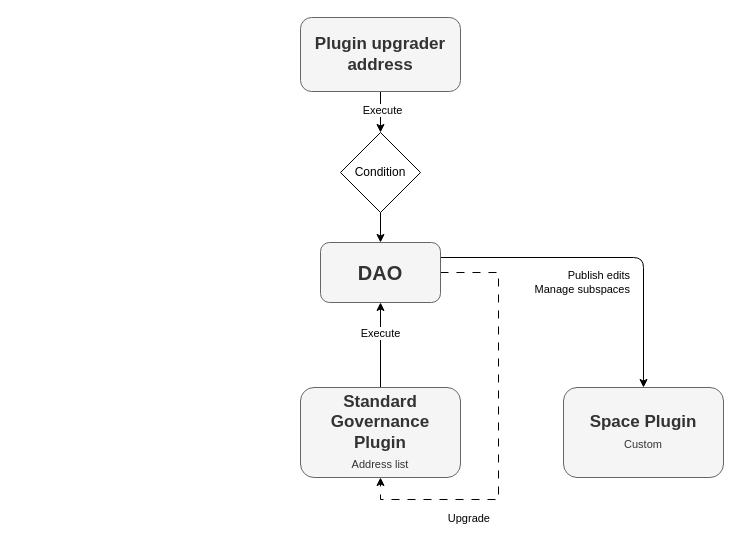
Before: page "Permissions Personal" (5 of 9) of img/Geo Diagrams.drawio in aragon/geo-browser-contracts, a draw.io diagram. Source tidied: cells renumbered, new cells numbered last; positions are measured from the earlier drawing's top-left corner, leaving out a move shared by most shapes. Both pictures are drawn from the tidied source at 100%, with x=0, y=0 at pixel (300, 17).
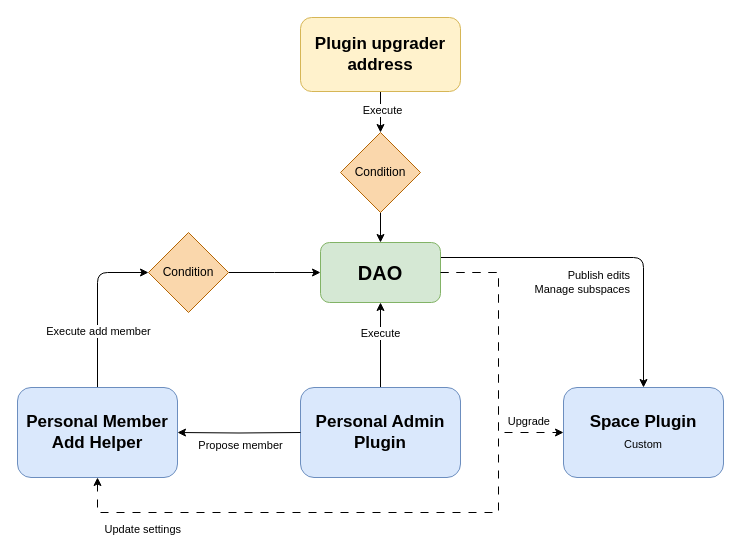
After the change.

Unchanged cells that the change refers to:
```xml
<mxCell id="6" style="edgeStyle=orthogonalEdgeStyle;rounded=0;jettySize=auto;html=1;exitX=0.5;exitY=0;exitDx=0;exitDy=0;entryX=0.5;entryY=1;entryDx=0;entryDy=0;" parent="1" edge="1" source="9" target="5">
  <mxGeometry relative="1" as="geometry" />
</mxCell>
```

The edit, as a diff of the source:
```diff
@@
-    <mxCell id="2" style="edgeStyle=orthogonalEdgeStyle;rounded=0;jettySize=auto;html=1;entryX=0.5;entryY=1;entryDx=0;entryDy=0;dashed=1;dashPattern=8 8;" parent="1" edge="1" source="5" target="9">
+    <mxCell id="2" style="edgeStyle=orthogonalEdgeStyle;rounded=0;jettySize=auto;html=1;entryX=0;entryY=0.5;entryDx=0;entryDy=0;dashed=1;dashPattern=8 8;" parent="1" edge="1" source="5" target="10">
       <mxGeometry relative="1" as="geometry">
         <Array as="points">
           <mxPoint x="198" y="255" />
-          <mxPoint x="198" y="482" />
-          <mxPoint x="80" y="482" />
+          <mxPoint x="198" y="415" />
         </Array>
       </mxGeometry>
     </mxCell>
@@
-    <mxCell id="5" value="&lt;font style=&quot;font-size: 20px;&quot;&gt;&lt;b&gt;DAO&lt;/b&gt;&lt;/font&gt;" style="rounded=1;whiteSpace=wrap;html=1;fillColor=#f5f5f5;fontColor=#333333;strokeColor=#666666;" parent="1" vertex="1">
+    <mxCell id="5" value="&lt;font style=&quot;font-size: 20px;&quot;&gt;&lt;b&gt;DAO&lt;/b&gt;&lt;/font&gt;" style="rounded=1;whiteSpace=wrap;html=1;fillColor=#d5e8d4;strokeColor=#82b366;" parent="1" vertex="1">
       <mxGeometry x="20" y="225" width="120" height="60" as="geometry" />
     </mxCell>
@@
     <mxCell id="8" value="Upgrade" style="edgeLabel;html=1;align=right;verticalAlign=middle;" parent="6" vertex="1">
       <mxGeometry x="-0.26" y="-1" relative="1" as="geometry">
-        <mxPoint x="109" y="161" as="offset" />
+        <mxPoint x="169" y="64" as="offset" />
       </mxGeometry>
     </mxCell>
+    <mxCell id="16" value="Update settings" style="edgeLabel;html=1;align=right;verticalAlign=middle;" parent="6" vertex="1">
+      <mxGeometry x="-0.26" y="-1" relative="1" as="geometry">
+        <mxPoint x="-200" y="172" as="offset" />
+      </mxGeometry>
+    </mxCell>
-    <mxCell id="9" value="&lt;font size=&quot;1&quot; style=&quot;&quot;&gt;&lt;b style=&quot;font-size: 17px;&quot;&gt;Standard Governance&lt;br&gt;Plugin&lt;/b&gt;&lt;/font&gt;&lt;font style=&quot;font-size: 11px;&quot;&gt;&lt;br&gt;Address list&lt;/font&gt;&lt;font size=&quot;1&quot; style=&quot;&quot;&gt;&lt;b style=&quot;font-size: 17px;&quot;&gt;&lt;br&gt;&lt;/b&gt;&lt;/font&gt;" style="rounded=1;whiteSpace=wrap;html=1;fillColor=#f5f5f5;fontColor=#333333;strokeColor=#666666;" parent="1" vertex="1">
+    <mxCell id="9" value="&lt;font size=&quot;1&quot; style=&quot;&quot;&gt;&lt;b style=&quot;font-size: 17px;&quot;&gt;Personal Admin Plugin&lt;/b&gt;&lt;/font&gt;&lt;font size=&quot;1&quot; style=&quot;&quot;&gt;&lt;b style=&quot;font-size: 17px;&quot;&gt;&lt;br&gt;&lt;/b&gt;&lt;/font&gt;" style="rounded=1;whiteSpace=wrap;html=1;fillColor=#dae8fc;strokeColor=#6c8ebf;" parent="1" vertex="1">
       <mxGeometry y="370" width="160" height="90" as="geometry" />
     </mxCell>
-    <mxCell id="10" value="&lt;font size=&quot;1&quot; style=&quot;&quot;&gt;&lt;b style=&quot;font-size: 17px;&quot;&gt;Space Plugin&lt;/b&gt;&lt;/font&gt;&lt;br style=&quot;font-size: 11px;&quot;&gt;&lt;span style=&quot;font-size: 11px;&quot;&gt;Custom&lt;/span&gt;&lt;font size=&quot;1&quot; style=&quot;&quot;&gt;&lt;b style=&quot;font-size: 17px;&quot;&gt;&lt;br&gt;&lt;/b&gt;&lt;/font&gt;" style="rounded=1;whiteSpace=wrap;html=1;fillColor=#f5f5f5;fontColor=#333333;strokeColor=#666666;" parent="1" vertex="1">
+    <mxCell id="10" value="&lt;font size=&quot;1&quot; style=&quot;&quot;&gt;&lt;b style=&quot;font-size: 17px;&quot;&gt;Space Plugin&lt;/b&gt;&lt;/font&gt;&lt;br style=&quot;font-size: 11px;&quot;&gt;&lt;span style=&quot;font-size: 11px;&quot;&gt;Custom&lt;/span&gt;&lt;font size=&quot;1&quot; style=&quot;&quot;&gt;&lt;b style=&quot;font-size: 17px;&quot;&gt;&lt;br&gt;&lt;/b&gt;&lt;/font&gt;" style="rounded=1;whiteSpace=wrap;html=1;fillColor=#dae8fc;strokeColor=#6c8ebf;" parent="1" vertex="1">
       <mxGeometry x="263" y="370" width="160" height="90" as="geometry" />
     </mxCell>
@@
-    <mxCell id="13" value="&lt;font size=&quot;1&quot; style=&quot;&quot;&gt;&lt;b style=&quot;font-size: 17px;&quot;&gt;Plugin upgrader&lt;br&gt;address&lt;br&gt;&lt;/b&gt;&lt;/font&gt;" style="rounded=1;whiteSpace=wrap;html=1;fillColor=#f5f5f5;fontColor=#333333;strokeColor=#666666;" parent="1" vertex="1">
+    <mxCell id="13" value="&lt;font size=&quot;1&quot; style=&quot;&quot;&gt;&lt;b style=&quot;font-size: 17px;&quot;&gt;Plugin upgrader&lt;br&gt;address&lt;br&gt;&lt;/b&gt;&lt;/font&gt;" style="rounded=1;whiteSpace=wrap;html=1;fillColor=#fff2cc;strokeColor=#d6b656;" parent="1" vertex="1">
       <mxGeometry width="160" height="74" as="geometry" />
     </mxCell>
@@
-    <mxCell id="15" value="Condition" style="rhombus;whiteSpace=wrap;html=1;" parent="1" vertex="1">
+    <mxCell id="15" value="Condition" style="rhombus;whiteSpace=wrap;html=1;fillColor=#fad7ac;strokeColor=#b46504;" parent="1" vertex="1">
       <mxGeometry x="40" y="115" width="80" height="80" as="geometry" />
     </mxCell>
+    <mxCell id="17" style="edgeStyle=orthogonalEdgeStyle;rounded=0;jettySize=auto;html=1;entryX=1;entryY=0.5;entryDx=0;entryDy=0;" parent="1" edge="1" target="21">
+      <mxGeometry relative="1" as="geometry">
+        <mxPoint y="415" as="sourcePoint" />
+      </mxGeometry>
+    </mxCell>
+    <mxCell id="18" value="Propose member" style="edgeLabel;html=1;align=center;verticalAlign=middle;" parent="17" vertex="1">
+      <mxGeometry x="0.22" y="1" relative="1" as="geometry">
+        <mxPoint x="14" y="11" as="offset" />
+      </mxGeometry>
+    </mxCell>
+    <mxCell id="19" style="edgeStyle=orthogonalEdgeStyle;rounded=1;jettySize=auto;html=1;entryX=0;entryY=0.5;entryDx=0;entryDy=0;curved=0;" parent="1" edge="1" source="21" target="23">
+      <mxGeometry relative="1" as="geometry" />
+    </mxCell>
+    <mxCell id="20" value="Execute add member" style="edgeLabel;html=1;align=center;verticalAlign=middle;" parent="19" vertex="1">
+      <mxGeometry x="-0.31" relative="1" as="geometry" />
+    </mxCell>
+    <mxCell id="21" value="&lt;font size=&quot;1&quot;&gt;&lt;b style=&quot;font-size: 17px;&quot;&gt;Personal Member Add Helper&lt;/b&gt;&lt;/font&gt;&lt;font size=&quot;1&quot; style=&quot;&quot;&gt;&lt;b style=&quot;font-size: 17px;&quot;&gt;&lt;br&gt;&lt;/b&gt;&lt;/font&gt;" style="rounded=1;whiteSpace=wrap;html=1;fillColor=#dae8fc;strokeColor=#6c8ebf;" parent="1" vertex="1">
+      <mxGeometry x="-283" y="370" width="160" height="90" as="geometry" />
+    </mxCell>
+    <mxCell id="22" style="edgeStyle=orthogonalEdgeStyle;rounded=0;jettySize=auto;html=1;exitX=1;exitY=0.5;exitDx=0;exitDy=0;entryX=0;entryY=0.5;entryDx=0;entryDy=0;" parent="1" edge="1" source="23">
+      <mxGeometry relative="1" as="geometry">
+        <mxPoint x="20" y="255" as="targetPoint" />
+      </mxGeometry>
+    </mxCell>
+    <mxCell id="23" value="Condition" style="rhombus;whiteSpace=wrap;html=1;fillColor=#fad7ac;strokeColor=#b46504;" parent="1" vertex="1">
+      <mxGeometry x="-152" y="215" width="80" height="80" as="geometry" />
+    </mxCell>
+    <mxCell id="24" style="edgeStyle=orthogonalEdgeStyle;rounded=0;jettySize=auto;html=1;entryX=0.5;entryY=1;entryDx=0;entryDy=0;dashed=1;dashPattern=8 8;" parent="1" edge="1" target="21">
+      <mxGeometry relative="1" as="geometry">
+        <mxPoint x="140" y="255" as="sourcePoint" />
+        <Array as="points">
+          <mxPoint x="198" y="255" />
+          <mxPoint x="198" y="495" />
+          <mxPoint x="-203" y="495" />
+        </Array>
+      </mxGeometry>
+    </mxCell>
```
